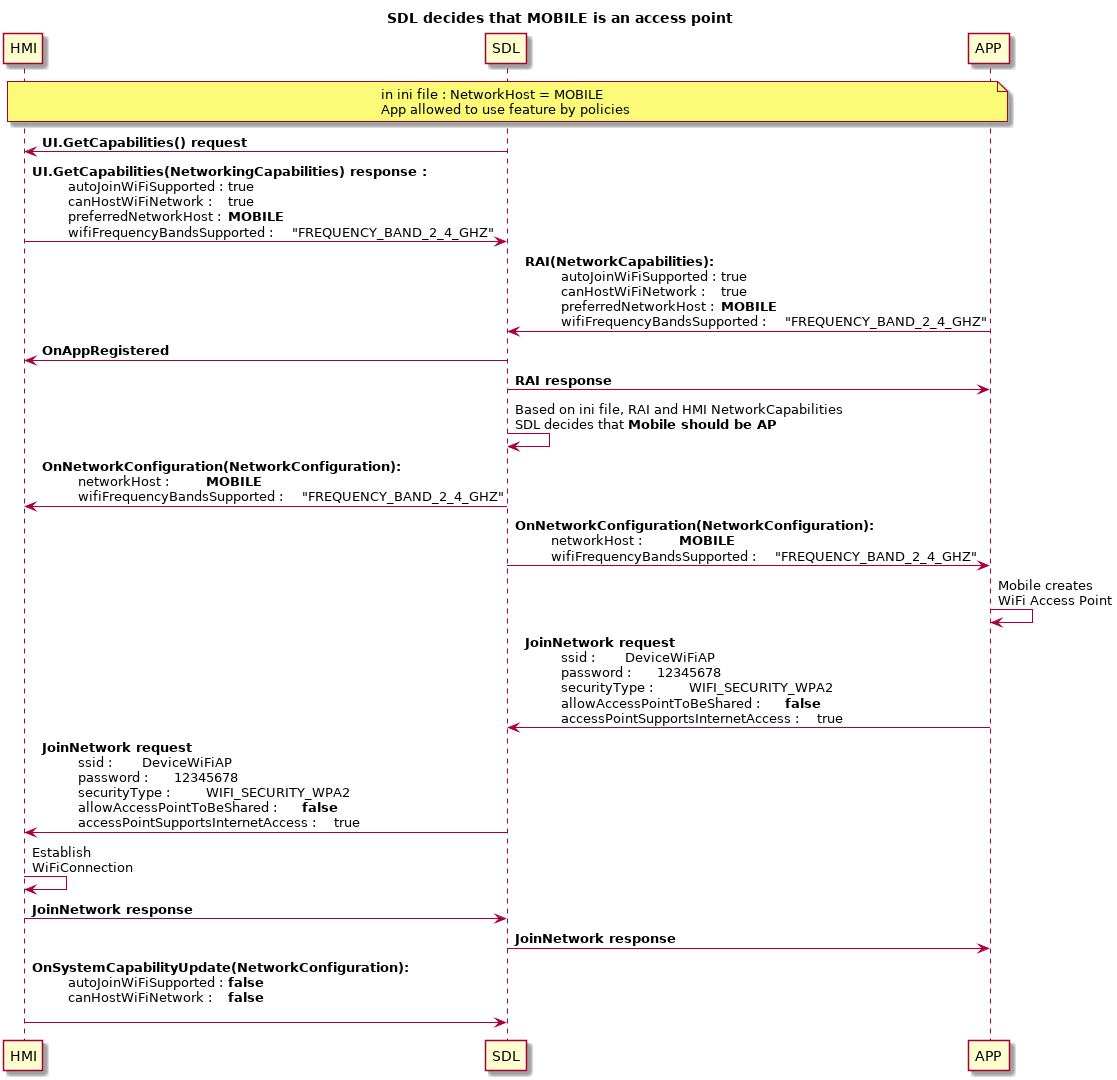
smartdevicelink/sdl_evolution keeps this PlantUML diagram as assets/proposals/0245-sharing-wifi-ssid-and-password/mobile_access_point.png. Above is the earlier version. The source it was exported from:
```plantuml
@startuml
!pragma teoz true


title SDL decides that MOBILE is an access point
participant HMI
participant SDL
participant APP

note over HMI, APP: in ini file : NetworkHost = MOBILE \nApp allowed to use feature by policies


SDL -> HMI : <b>UI.GetCapabilities() request
HMI -> SDL : <b>UI.GetCapabilities(NetworkingCapabilities) response : \n\t autoJoinWiFiSupported : \t true \n\t canHostWiFiNetwork : \t true \n\t preferredNetworkHost : \t **MOBILE** \n\t wifiFrequencyBandsSupported : \t "FREQUENCY_BAND_2_4_GHZ"

APP -> SDL : <b>RAI(NetworkCapabilities): \n\t autoJoinWiFiSupported : \t true \n\t canHostWiFiNetwork : \t true \n\t preferredNetworkHost : \t **MOBILE** \n\t wifiFrequencyBandsSupported : \t "FREQUENCY_BAND_2_4_GHZ"

SDL -> HMI : <b>OnAppRegistered
SDL -> APP : <b>RAI response

SDL -> SDL : Based on ini file, RAI and HMI NetworkCapabilities\nSDL decides that **Mobile should be AP**


SDL -> HMI:  <b>OnNetworkConfiguration(NetworkConfiguration): \n\t networkHost : \t **MOBILE** \n\t wifiFrequencyBandsSupported : \t "FREQUENCY_BAND_2_4_GHZ"

SDL -> APP:  <b>OnNetworkConfiguration(NetworkConfiguration): \n\t networkHost : \t **MOBILE** \n\t wifiFrequencyBandsSupported : \t "FREQUENCY_BAND_2_4_GHZ"

APP -> APP : Mobile creates \nWiFi Access Point


APP -> SDL: <b>JoinNetwork request\n\t ssid : \t DeviceWiFiAP \n\t password : \t 12345678 \n\t securityType : \t WIFI_SECURITY_WPA2 \n\t allowAccessPointToBeShared : \t **false** \n\t accessPointSupportsInternetAccess : \t true

SDL -> HMI: <b>JoinNetwork request\n\t ssid : \t DeviceWiFiAP \n\t password : \t 12345678 \n\t securityType : \t WIFI_SECURITY_WPA2 \n\t allowAccessPointToBeShared : \t **false** \n\t accessPointSupportsInternetAccess : \t true

HMI -> HMI : Establish \nWiFiConnection

HMI -> SDL : <b>JoinNetwork response
SDL -> APP : <b>JoinNetwork response


HMI -> SDL:  <b>OnSystemCapabilityUpdate(NetworkConfiguration): \n\t autoJoinWiFiSupported : \t **false** \n\t canHostWiFiNetwork : \t **false**  \n
@enduml
```
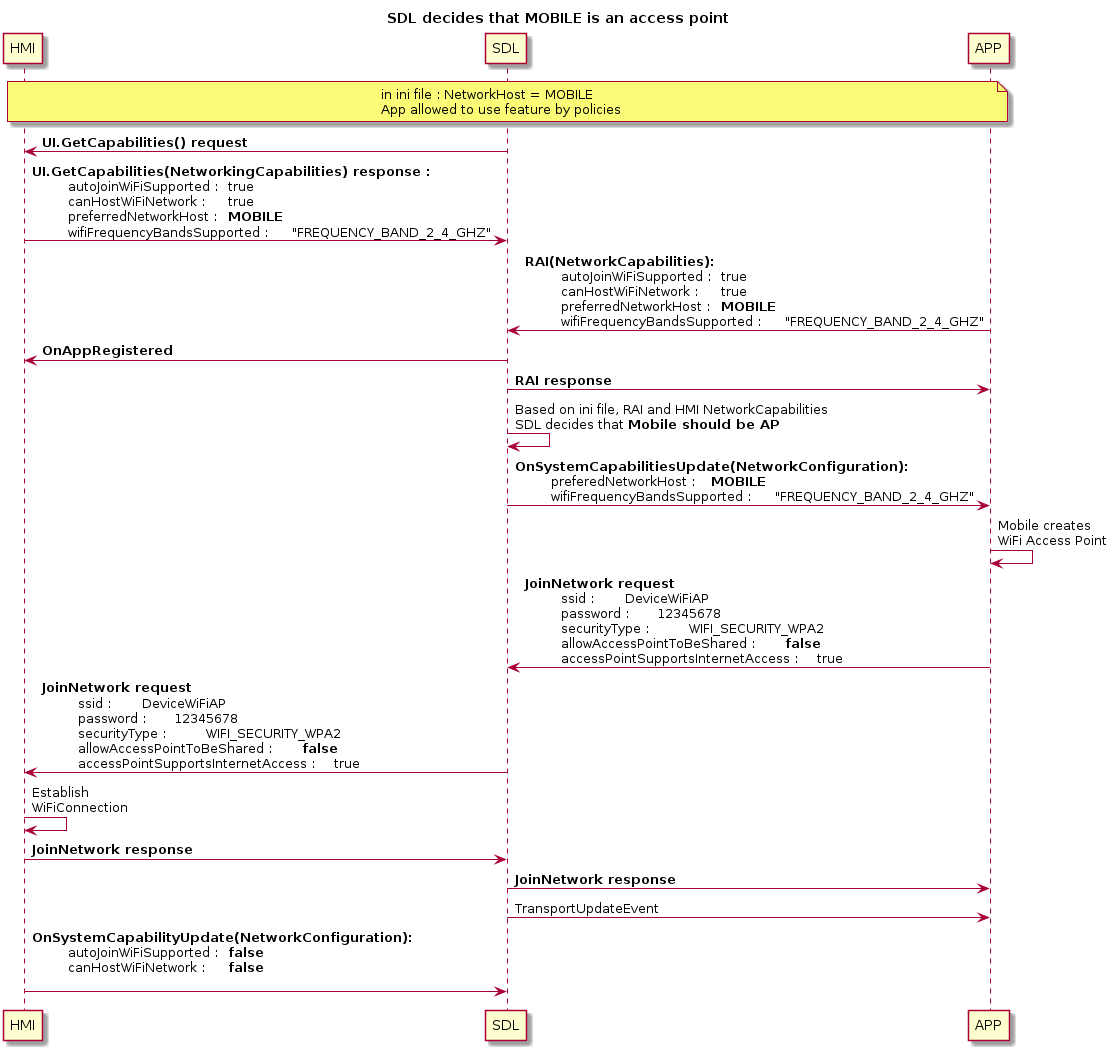
Later version of the same file.

What changed in the source:
```diff
@@ -1,6 +1,5 @@
-@startuml
+@startuml ../assets/proposals/0245-sharing-wifi-ssid-and-password/mobile_access_point
 !pragma teoz true
-
 
 title SDL decides that MOBILE is an access point
 participant HMI
@@ -8,7 +7,6 @@
 participant APP
 
 note over HMI, APP: in ini file : NetworkHost = MOBILE \nApp allowed to use feature by policies
-
 
 SDL -> HMI : <b>UI.GetCapabilities() request
 HMI -> SDL : <b>UI.GetCapabilities(NetworkingCapabilities) response : \n\t autoJoinWiFiSupported : \t true \n\t canHostWiFiNetwork : \t true \n\t preferredNetworkHost : \t **MOBILE** \n\t wifiFrequencyBandsSupported : \t "FREQUENCY_BAND_2_4_GHZ"
@@ -20,13 +18,9 @@
 
 SDL -> SDL : Based on ini file, RAI and HMI NetworkCapabilities\nSDL decides that **Mobile should be AP**
 
-
-SDL -> HMI:  <b>OnNetworkConfiguration(NetworkConfiguration): \n\t networkHost : \t **MOBILE** \n\t wifiFrequencyBandsSupported : \t "FREQUENCY_BAND_2_4_GHZ"
-
-SDL -> APP:  <b>OnNetworkConfiguration(NetworkConfiguration): \n\t networkHost : \t **MOBILE** \n\t wifiFrequencyBandsSupported : \t "FREQUENCY_BAND_2_4_GHZ"
+SDL -> APP:  <b>OnSystemCapabilitiesUpdate(NetworkConfiguration): \n\t preferedNetworkHost : \t **MOBILE** \n\t wifiFrequencyBandsSupported : \t "FREQUENCY_BAND_2_4_GHZ"
 
 APP -> APP : Mobile creates \nWiFi Access Point
-
 
 APP -> SDL: <b>JoinNetwork request\n\t ssid : \t DeviceWiFiAP \n\t password : \t 12345678 \n\t securityType : \t WIFI_SECURITY_WPA2 \n\t allowAccessPointToBeShared : \t **false** \n\t accessPointSupportsInternetAccess : \t true
 
@@ -37,6 +31,7 @@
 HMI -> SDL : <b>JoinNetwork response
 SDL -> APP : <b>JoinNetwork response
 
+SDL -> APP: TransportUpdateEvent
 
 HMI -> SDL:  <b>OnSystemCapabilityUpdate(NetworkConfiguration): \n\t autoJoinWiFiSupported : \t **false** \n\t canHostWiFiNetwork : \t **false**  \n
 @enduml
```
